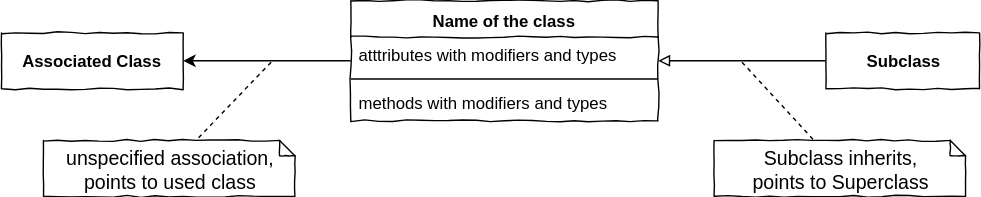
The draw.io diagram X01_Appendix/UML/ClassStructure.svg in JirkaDellOro/EIA2-Inverted, before a commit. Source tidied: cells renumbered, new cells last; positions are measured from the earlier drawing's top-left corner, leaving out a move shared by most shapes.
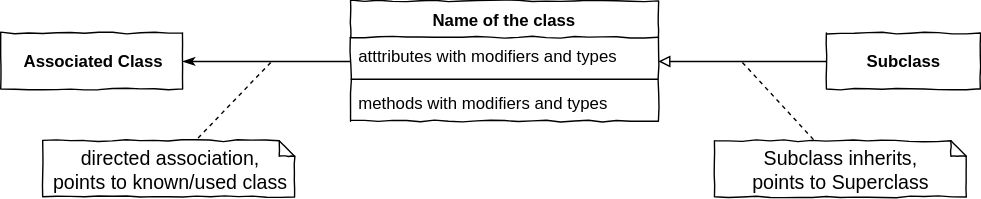
Above is the later version.

Commit message:
reverted to oktober

Diff of the diagram source:
```diff
@@ -20,13 +20,13 @@
     <mxCell id="7" value="&lt;div style=&quot;text-align: left&quot;&gt;&lt;b&gt;Subclass&lt;/b&gt;&lt;/div&gt;" style="rounded=0;whiteSpace=wrap;html=1;comic=1;" parent="1" vertex="1">
       <mxGeometry x="590" y="23" width="110" height="40" as="geometry" />
     </mxCell>
-    <mxCell id="8" style="edgeStyle=orthogonalEdgeStyle;rounded=0;jettySize=auto;html=1;endArrow=none;endFill=0;startArrow=classic;startFill=1;" parent="1" edge="1" source="9" target="2">
+    <mxCell id="8" style="edgeStyle=orthogonalEdgeStyle;rounded=0;jettySize=auto;html=1;endArrow=none;endFill=0;startArrow=classicThin;startFill=1;" parent="1" edge="1" source="9" target="2">
       <mxGeometry relative="1" as="geometry" />
     </mxCell>
     <mxCell id="9" value="&lt;div style=&quot;text-align: left&quot;&gt;&lt;b&gt;Associated Class&lt;/b&gt;&lt;/div&gt;" style="rounded=0;whiteSpace=wrap;html=1;comic=1;" parent="1" vertex="1">
       <mxGeometry y="23" width="130" height="40" as="geometry" />
     </mxCell>
-    <mxCell id="10" value="unspecified association,&lt;br&gt;points to used class" style="shape=note;strokeWidth=1;fontSize=14;size=11;whiteSpace=wrap;html=1;rounded=0;shadow=0;comic=1;fillColor=#FFFFFF;" parent="1" vertex="1">
+    <mxCell id="10" value="directed association, &lt;br&gt;points to known/used class" style="shape=note;strokeWidth=1;fontSize=14;size=11;whiteSpace=wrap;html=1;rounded=0;shadow=0;comic=1;fillColor=#FFFFFF;" parent="1" vertex="1">
       <mxGeometry x="30" y="100" width="180" height="40" as="geometry" />
     </mxCell>
     <mxCell id="11" style="endArrow=none;dashed=1;html=1;" parent="1" edge="1" target="10">
```
